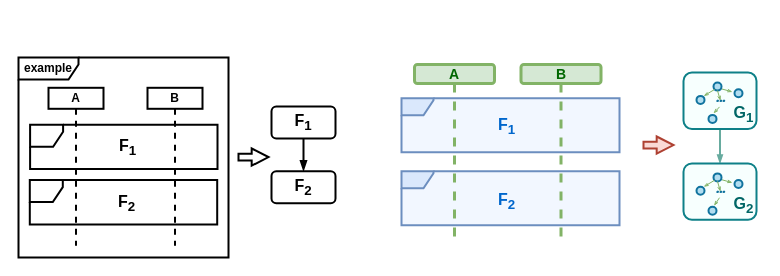
This is seq.drawio from ShiYufei0708/draw, a draw.io file, before an edit. Source tidied: cells renumbered, new cells numbered last; positions are measured from the earlier drawing's top-left corner, leaving out a move shared by most shapes. Both pictures are drawn from the tidied source at 100%, with x=0, y=0 at pixel (18, 17).
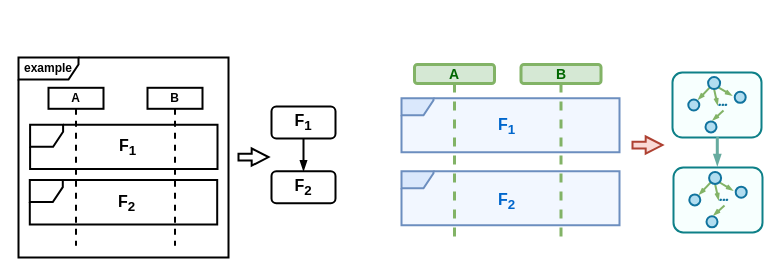
Above is the later version.

What changed in the source:
```diff
@@
-    <mxCell id="18" style="edgeStyle=orthogonalEdgeStyle;rounded=0;jettySize=auto;html=1;entryX=0.5;entryY=0;entryDx=0;entryDy=0;strokeColor=light-dark(#67AB9F,#EDEDED);endArrow=blockThin;endFill=1;endSize=4;strokeWidth=2;" parent="1" edge="1" source="19" target="31">
-      <mxGeometry relative="1" as="geometry" />
-    </mxCell>
+    <mxCell id="28" value="&lt;span style=&quot;font-size: 16px;&quot;&gt;&lt;font style=&quot;color: rgb(0, 102, 204);&quot;&gt;F&lt;sub style=&quot;&quot;&gt;1&lt;/sub&gt;&lt;/font&gt;&lt;/span&gt;" style="text;html=1;align=center;verticalAlign=middle;strokeColor=none;fillColor=none;fontStyle=1;strokeWidth=2;" parent="1" vertex="1">
+      <mxGeometry x="470" y="92" width="35" height="34" as="geometry" />
+    </mxCell>
+    <mxCell id="29" value="&lt;span style=&quot;font-size: 16px;&quot;&gt;&lt;font style=&quot;color: rgb(0, 102, 204);&quot;&gt;F&lt;sub style=&quot;&quot;&gt;2&lt;/sub&gt;&lt;/font&gt;&lt;/span&gt;" style="text;html=1;align=center;verticalAlign=middle;strokeColor=none;fillColor=none;fontStyle=1;strokeWidth=2;" parent="1" vertex="1">
+      <mxGeometry x="470" y="167" width="35" height="34" as="geometry" />
+    </mxCell>
+    <mxCell id="41" style="html=1;shadow=0;dashed=0;align=center;verticalAlign=middle;shape=mxgraph.arrows2.arrow;dy=0.61;dx=16.82;notch=0;strokeWidth=2;fillColor=#fad9d5;strokeColor=#ae4132;" parent="1" vertex="1">
+      <mxGeometry x="614" y="119" width="30" height="17.2" as="geometry" />
+    </mxCell>
+    <mxCell id="44" style="group;" parent="1" vertex="1">
+      <mxGeometry x="654" y="55.1" width="89" height="64.9" as="geometry" />
+    </mxCell>
-    <mxCell id="19" style="rounded=1;whiteSpace=wrap;html=1;strokeWidth=2;fillColor=#F7FFFE;strokeColor=#0e8088;" parent="1" vertex="1">
-      <mxGeometry x="665" y="55.1" width="73" height="56.3" as="geometry" />
+    <mxCell id="19" style="rounded=1;whiteSpace=wrap;html=1;strokeWidth=2;fillColor=#F7FFFE;strokeColor=#0e8088;" parent="44" vertex="1">
+      <mxGeometry width="89" height="64.9" as="geometry" />
     </mxCell>
-    <mxCell id="20" style="rounded=0;jettySize=auto;html=1;endArrow=openThin;endFill=0;strokeColor=#82b366;strokeWidth=1;fillColor=#d5e8d4;endSize=3;entryX=-0.25;entryY=0.336;entryDx=0;entryDy=0;entryPerimeter=0;" parent="1" edge="1" target="22">
-      <mxGeometry relative="1" as="geometry">
-        <mxPoint x="702" y="71.1" as="sourcePoint" />
-      </mxGeometry>
+    <mxCell id="20" style="rounded=0;jettySize=auto;html=1;endArrow=openThin;endFill=0;strokeColor=#82b366;strokeWidth=2;fillColor=#d5e8d4;endSize=3;entryX=-0.25;entryY=0.336;entryDx=0;entryDy=0;entryPerimeter=0;exitX=1;exitY=1;exitDx=0;exitDy=0;" parent="44" edge="1" source="21" target="22">
+      <mxGeometry relative="1" as="geometry" />
     </mxCell>
-    <mxCell id="21" style="ellipse;whiteSpace=wrap;html=1;strokeWidth=2;fillColor=#b1ddf0;strokeColor=#10739e;" parent="1" vertex="1">
-      <mxGeometry x="695" y="65.1" width="8" height="8" as="geometry" />
-    </mxCell>
-    <mxCell id="22" style="ellipse;whiteSpace=wrap;html=1;strokeWidth=2;fillColor=#b1ddf0;strokeColor=#10739e;" parent="1" vertex="1">
-      <mxGeometry x="716" y="71.7" width="8" height="8" as="geometry" />
+    <mxCell id="22" style="ellipse;whiteSpace=wrap;html=1;strokeWidth=2;fillColor=#b1ddf0;strokeColor=#10739e;" parent="44" vertex="1">
+      <mxGeometry x="62.2" y="19.2" width="11" height="11" as="geometry" />
     </mxCell>
-    <mxCell id="23" style="ellipse;whiteSpace=wrap;html=1;strokeWidth=2;fillColor=#b1ddf0;strokeColor=#10739e;" parent="1" vertex="1">
-      <mxGeometry x="690" y="97.4" width="8" height="8" as="geometry" />
+    <mxCell id="23" style="ellipse;whiteSpace=wrap;html=1;strokeWidth=2;fillColor=#b1ddf0;strokeColor=#10739e;" parent="44" vertex="1">
+      <mxGeometry x="33" y="48.8" width="11" height="11" as="geometry" />
     </mxCell>
-    <mxCell id="24" style="ellipse;whiteSpace=wrap;html=1;strokeWidth=2;fillColor=#b1ddf0;strokeColor=#10739e;" parent="1" vertex="1">
-      <mxGeometry x="678" y="78.4" width="8" height="8" as="geometry" />
+    <mxCell id="24" style="ellipse;whiteSpace=wrap;html=1;strokeWidth=2;fillColor=#b1ddf0;strokeColor=#10739e;" parent="44" vertex="1">
+      <mxGeometry x="15.8" y="26.9" width="11" height="11" as="geometry" />
     </mxCell>
-    <mxCell id="25" style="rounded=0;jettySize=auto;html=1;endArrow=openThin;endFill=0;strokeColor=#82b366;strokeWidth=1;fillColor=#d5e8d4;endSize=3;exitX=0;exitY=1;exitDx=0;exitDy=0;entryX=0.89;entryY=0.017;entryDx=0;entryDy=0;entryPerimeter=0;" parent="1" edge="1" source="21" target="24">
+    <mxCell id="25" style="rounded=0;jettySize=auto;html=1;endArrow=openThin;endFill=0;strokeColor=#82b366;strokeWidth=2;fillColor=#d5e8d4;endSize=3;exitX=0;exitY=1;exitDx=0;exitDy=0;entryX=0.89;entryY=0.017;entryDx=0;entryDy=0;entryPerimeter=0;" parent="44" edge="1" source="21" target="24">
       <mxGeometry relative="1" as="geometry" />
     </mxCell>
+    <mxCell id="27" style="rounded=0;jettySize=auto;html=1;endArrow=openThin;endFill=0;strokeColor=#82b366;strokeWidth=2;fillColor=#d5e8d4;endSize=3;exitX=0.5;exitY=1;exitDx=0;exitDy=0;" parent="44" edge="1" source="21">
+      <mxGeometry relative="1" as="geometry">
+        <mxPoint x="45.1" y="32.6" as="targetPoint" />
+      </mxGeometry>
+    </mxCell>
+    <mxCell id="30" style="rounded=0;orthogonalLoop=1;jettySize=auto;html=1;endArrow=openThin;endFill=0;strokeColor=#82b366;strokeWidth=2;fillColor=#d5e8d4;endSize=3;" parent="44" edge="1">
+      <mxGeometry relative="1" as="geometry">
+        <mxPoint x="51" y="37.9" as="sourcePoint" />
+        <mxPoint x="40" y="47.9" as="targetPoint" />
+      </mxGeometry>
+    </mxCell>
+    <mxCell id="21" style="ellipse;whiteSpace=wrap;html=1;strokeWidth=2;fillColor=#b1ddf0;strokeColor=#10739e;" parent="44" vertex="1">
+      <mxGeometry x="35.6" y="4.5" width="12" height="12" as="geometry" />
+    </mxCell>
-    <mxCell id="26" value="&lt;b&gt;&lt;font style=&quot;font-size: 22px;&quot; face=&quot;Comic Sans MS&quot;&gt;...&lt;/font&gt;&lt;/b&gt;" style="text;html=1;align=center;verticalAlign=middle;strokeColor=none;fillColor=none;fontColor=light-dark(#12739e, #ededed);" parent="1" vertex="1">
-      <mxGeometry x="678.5" y="60.4" width="47" height="38" as="geometry" />
+    <mxCell id="26" value="&lt;b&gt;&lt;font style=&quot;font-size: 22px;&quot; face=&quot;Comic Sans MS&quot;&gt;...&lt;/font&gt;&lt;/b&gt;" style="text;html=1;align=center;verticalAlign=middle;strokeColor=none;fillColor=none;fontColor=light-dark(#12739e, #ededed);" parent="44" vertex="1">
+      <mxGeometry x="26.2" y="8.9" width="47" height="38" as="geometry" />
     </mxCell>
-    <mxCell id="27" style="rounded=0;jettySize=auto;html=1;endArrow=openThin;endFill=0;strokeColor=#82b366;strokeWidth=1;fillColor=#d5e8d4;endSize=3;exitX=0.5;exitY=1;exitDx=0;exitDy=0;" parent="1" edge="1" source="21">
-      <mxGeometry relative="1" as="geometry">
-        <mxPoint x="702" y="83.4" as="targetPoint" />
-      </mxGeometry>
-    </mxCell>
-    <mxCell id="28" value="&lt;span style=&quot;font-size: 16px;&quot;&gt;&lt;font style=&quot;color: rgb(0, 102, 204);&quot;&gt;F&lt;sub style=&quot;&quot;&gt;1&lt;/sub&gt;&lt;/font&gt;&lt;/span&gt;" style="text;html=1;align=center;verticalAlign=middle;strokeColor=none;fillColor=none;fontStyle=1;strokeWidth=2;" parent="1" vertex="1">
-      <mxGeometry x="470" y="92" width="35" height="34" as="geometry" />
-    </mxCell>
-    <mxCell id="29" value="&lt;span style=&quot;font-size: 16px;&quot;&gt;&lt;font style=&quot;color: rgb(0, 102, 204);&quot;&gt;F&lt;sub style=&quot;&quot;&gt;2&lt;/sub&gt;&lt;/font&gt;&lt;/span&gt;" style="text;html=1;align=center;verticalAlign=middle;strokeColor=none;fillColor=none;fontStyle=1;strokeWidth=2;" parent="1" vertex="1">
-      <mxGeometry x="470" y="167" width="35" height="34" as="geometry" />
-    </mxCell>
-    <mxCell id="30" style="rounded=0;orthogonalLoop=1;jettySize=auto;html=1;endArrow=openThin;endFill=0;strokeColor=#82b366;strokeWidth=1;fillColor=#d5e8d4;endSize=3;" parent="1" edge="1">
-      <mxGeometry relative="1" as="geometry">
-        <mxPoint x="701" y="89.4" as="sourcePoint" />
-        <mxPoint x="695" y="96" as="targetPoint" />
-      </mxGeometry>
-    </mxCell>
-    <mxCell id="31" style="rounded=1;whiteSpace=wrap;html=1;strokeWidth=2;fillColor=#F7FFFE;strokeColor=#0e8088;" parent="1" vertex="1">
-      <mxGeometry x="665" y="145.9" width="73" height="56.3" as="geometry" />
-    </mxCell>
-    <mxCell id="32" style="rounded=0;jettySize=auto;html=1;endArrow=openThin;endFill=0;strokeColor=#82b366;strokeWidth=1;fillColor=#d5e8d4;endSize=3;entryX=-0.25;entryY=0.336;entryDx=0;entryDy=0;entryPerimeter=0;" parent="1" edge="1" target="34">
-      <mxGeometry relative="1" as="geometry">
-        <mxPoint x="702" y="161.9" as="sourcePoint" />
-      </mxGeometry>
-    </mxCell>
-    <mxCell id="33" style="ellipse;whiteSpace=wrap;html=1;strokeWidth=2;fillColor=#b1ddf0;strokeColor=#10739e;" parent="1" vertex="1">
-      <mxGeometry x="695" y="155.9" width="8" height="8" as="geometry" />
-    </mxCell>
-    <mxCell id="34" style="ellipse;whiteSpace=wrap;html=1;strokeWidth=2;fillColor=#b1ddf0;strokeColor=#10739e;" parent="1" vertex="1">
-      <mxGeometry x="716" y="162.5" width="8" height="8" as="geometry" />
-    </mxCell>
-    <mxCell id="35" style="ellipse;whiteSpace=wrap;html=1;strokeWidth=2;fillColor=#b1ddf0;strokeColor=#10739e;" parent="1" vertex="1">
-      <mxGeometry x="690" y="189.2" width="8" height="8" as="geometry" />
-    </mxCell>
-    <mxCell id="36" style="ellipse;whiteSpace=wrap;html=1;strokeWidth=2;fillColor=#b1ddf0;strokeColor=#10739e;" parent="1" vertex="1">
-      <mxGeometry x="678" y="169.2" width="8" height="8" as="geometry" />
-    </mxCell>
-    <mxCell id="37" style="rounded=0;jettySize=auto;html=1;endArrow=openThin;endFill=0;strokeColor=#82b366;strokeWidth=1;fillColor=#d5e8d4;endSize=3;exitX=0;exitY=1;exitDx=0;exitDy=0;entryX=0.89;entryY=0.017;entryDx=0;entryDy=0;entryPerimeter=0;" parent="1" edge="1" source="33" target="36">
-      <mxGeometry relative="1" as="geometry" />
-    </mxCell>
+    <mxCell id="45" style="edgeStyle=orthogonalEdgeStyle;rounded=0;orthogonalLoop=1;jettySize=auto;html=1;exitX=0.75;exitY=1;exitDx=0;exitDy=0;entryX=0.75;entryY=0;entryDx=0;entryDy=0;endArrow=blockThin;endFill=1;strokeWidth=3;strokeColor=light-dark(#67ab9f, #ededed);endSize=4;" parent="1" edge="1">
+      <mxGeometry relative="1" as="geometry">
+        <mxPoint x="697.7" y="121" as="sourcePoint" />
+        <mxPoint x="698.8" y="148" as="targetPoint" />
+      </mxGeometry>
+    </mxCell>
+    <mxCell id="46" style="group;" parent="1" vertex="1">
+      <mxGeometry x="655" y="150" width="89" height="64.9" as="geometry" />
+    </mxCell>
+    <mxCell id="47" style="rounded=1;whiteSpace=wrap;html=1;strokeWidth=2;fillColor=#F7FFFE;strokeColor=#0e8088;" parent="46" vertex="1">
+      <mxGeometry width="89" height="64.9" as="geometry" />
+    </mxCell>
+    <mxCell id="48" style="rounded=0;jettySize=auto;html=1;endArrow=openThin;endFill=0;strokeColor=#82b366;strokeWidth=2;fillColor=#d5e8d4;endSize=3;entryX=-0.25;entryY=0.336;entryDx=0;entryDy=0;entryPerimeter=0;exitX=1;exitY=1;exitDx=0;exitDy=0;" parent="46" edge="1" source="55" target="49">
+      <mxGeometry relative="1" as="geometry" />
+    </mxCell>
+    <mxCell id="49" style="ellipse;whiteSpace=wrap;html=1;strokeWidth=2;fillColor=#b1ddf0;strokeColor=#10739e;" parent="46" vertex="1">
+      <mxGeometry x="62.2" y="19.2" width="11" height="11" as="geometry" />
+    </mxCell>
+    <mxCell id="50" style="ellipse;whiteSpace=wrap;html=1;strokeWidth=2;fillColor=#b1ddf0;strokeColor=#10739e;" parent="46" vertex="1">
+      <mxGeometry x="33" y="48.8" width="11" height="11" as="geometry" />
+    </mxCell>
+    <mxCell id="51" style="ellipse;whiteSpace=wrap;html=1;strokeWidth=2;fillColor=#b1ddf0;strokeColor=#10739e;" parent="46" vertex="1">
+      <mxGeometry x="15.8" y="26.9" width="11" height="11" as="geometry" />
+    </mxCell>
+    <mxCell id="52" style="rounded=0;jettySize=auto;html=1;endArrow=openThin;endFill=0;strokeColor=#82b366;strokeWidth=2;fillColor=#d5e8d4;endSize=3;exitX=0;exitY=1;exitDx=0;exitDy=0;entryX=0.89;entryY=0.017;entryDx=0;entryDy=0;entryPerimeter=0;" parent="46" edge="1" source="55" target="51">
+      <mxGeometry relative="1" as="geometry" />
+    </mxCell>
+    <mxCell id="53" style="rounded=0;jettySize=auto;html=1;endArrow=openThin;endFill=0;strokeColor=#82b366;strokeWidth=2;fillColor=#d5e8d4;endSize=3;exitX=0.5;exitY=1;exitDx=0;exitDy=0;" parent="46" edge="1" source="55">
+      <mxGeometry relative="1" as="geometry">
+        <mxPoint x="45.1" y="32.6" as="targetPoint" />
+      </mxGeometry>
+    </mxCell>
+    <mxCell id="54" style="rounded=0;orthogonalLoop=1;jettySize=auto;html=1;endArrow=openThin;endFill=0;strokeColor=#82b366;strokeWidth=2;fillColor=#d5e8d4;endSize=3;" parent="46" edge="1">
+      <mxGeometry relative="1" as="geometry">
+        <mxPoint x="51" y="37.9" as="sourcePoint" />
+        <mxPoint x="40" y="47.9" as="targetPoint" />
+      </mxGeometry>
+    </mxCell>
+    <mxCell id="55" style="ellipse;whiteSpace=wrap;html=1;strokeWidth=2;fillColor=#b1ddf0;strokeColor=#10739e;" parent="46" vertex="1">
+      <mxGeometry x="35.6" y="4.5" width="12" height="12" as="geometry" />
+    </mxCell>
-    <mxCell id="38" value="&lt;b&gt;&lt;font style=&quot;font-size: 22px;&quot; face=&quot;Comic Sans MS&quot;&gt;...&lt;/font&gt;&lt;/b&gt;" style="text;html=1;align=center;verticalAlign=middle;strokeColor=none;fillColor=none;fontColor=light-dark(#12739e, #ededed);" parent="1" vertex="1">
-      <mxGeometry x="678.5" y="151.2" width="47" height="38" as="geometry" />
+    <mxCell id="38" value="&lt;b&gt;&lt;font style=&quot;font-size: 22px;&quot; face=&quot;Comic Sans MS&quot;&gt;...&lt;/font&gt;&lt;/b&gt;" style="text;html=1;align=center;verticalAlign=middle;strokeColor=none;fillColor=none;fontColor=light-dark(#12739e, #ededed);" parent="46" vertex="1">
+      <mxGeometry x="26.2" y="8.9" width="47" height="38" as="geometry" />
     </mxCell>
-    <mxCell id="39" style="rounded=0;jettySize=auto;html=1;endArrow=openThin;endFill=0;strokeColor=#82b366;strokeWidth=1;fillColor=#d5e8d4;endSize=3;exitX=0.5;exitY=1;exitDx=0;exitDy=0;" parent="1" edge="1" source="33">
-      <mxGeometry relative="1" as="geometry">
-        <mxPoint x="702" y="174.2" as="targetPoint" />
-      </mxGeometry>
-    </mxCell>
-    <mxCell id="40" style="rounded=0;jettySize=auto;html=1;endArrow=openThin;endFill=0;strokeColor=#82b366;strokeWidth=1;fillColor=#d5e8d4;endSize=3;entryX=0.691;entryY=-0.106;entryDx=0;entryDy=0;entryPerimeter=0;" parent="1" edge="1" target="35">
-      <mxGeometry relative="1" as="geometry">
-        <mxPoint x="701" y="180.2" as="sourcePoint" />
-      </mxGeometry>
-    </mxCell>
-    <mxCell id="41" style="html=1;shadow=0;dashed=0;align=center;verticalAlign=middle;shape=mxgraph.arrows2.arrow;dy=0.61;dx=16.82;notch=0;strokeWidth=2;fillColor=#fad9d5;strokeColor=#ae4132;" parent="1" vertex="1">
-      <mxGeometry x="625" y="119" width="30" height="17.2" as="geometry" />
-    </mxCell>
-    <mxCell id="42" value="&lt;span style=&quot;font-size: 16px;&quot;&gt;&lt;font style=&quot;color: rgb(0, 102, 102);&quot;&gt;G&lt;sub style=&quot;&quot;&gt;1&lt;/sub&gt;&lt;/font&gt;&lt;/span&gt;" style="text;html=1;align=center;verticalAlign=middle;strokeColor=none;fillColor=none;fontStyle=1;strokeWidth=2;" parent="1" vertex="1">
-      <mxGeometry x="706" y="80.2" width="38" height="34" as="geometry" />
-    </mxCell>
-    <mxCell id="43" value="&lt;span style=&quot;font-size: 16px;&quot;&gt;&lt;font style=&quot;color: rgb(0, 102, 102);&quot;&gt;G&lt;sub style=&quot;&quot;&gt;2&lt;/sub&gt;&lt;/font&gt;&lt;/span&gt;" style="text;html=1;align=center;verticalAlign=middle;strokeColor=none;fillColor=none;fontStyle=1;strokeWidth=2;" parent="1" vertex="1">
-      <mxGeometry x="706" y="170.6" width="38" height="34" as="geometry" />
-    </mxCell>
```
